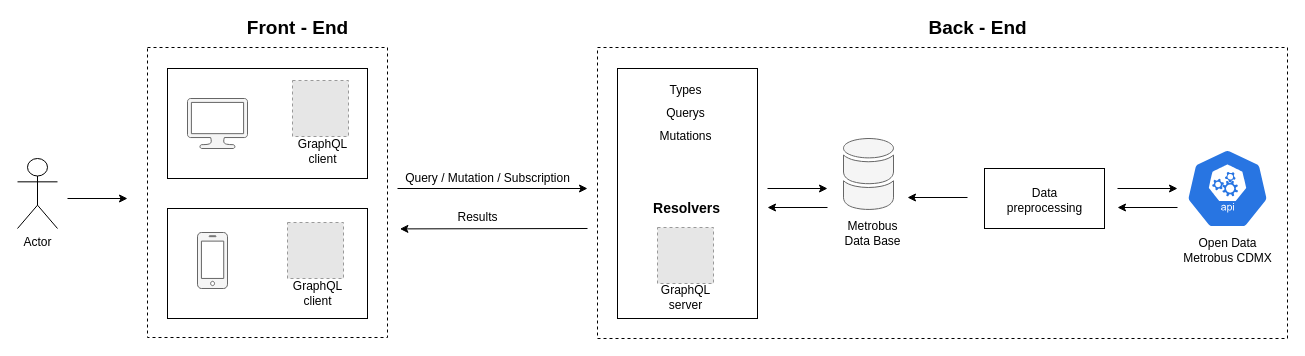
Above: docs/architecture.drawio in TinoSalgado09/MetrobusAPI (draw.io), before the change. Source tidied: cells renumbered, new cells numbered last; positions are measured from the earlier drawing's top-left corner, leaving out a move shared by most shapes. Both pictures are drawn from the tidied source at 100%, with x=0, y=0 at pixel (17, 18). Pictures stored in the file or linked from it are replaced by grey dashed boxes.
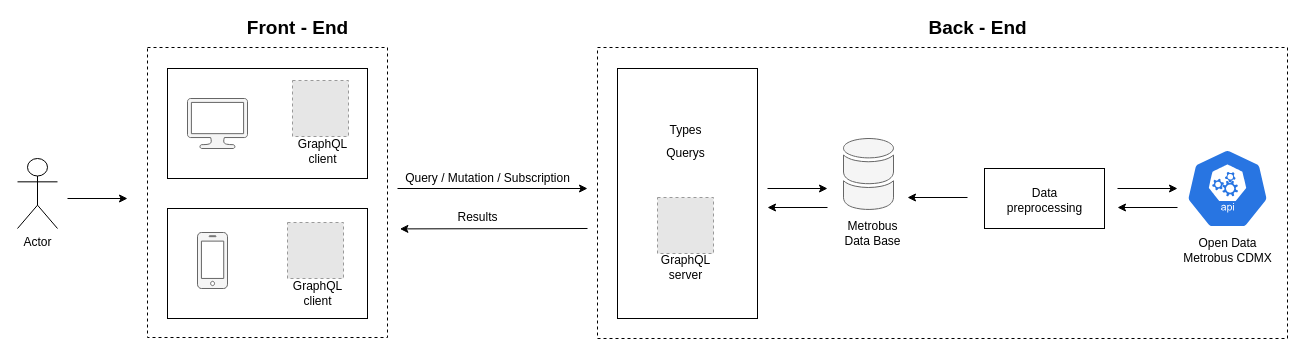
After the change.

The edit, as a diff of the source:
```diff
@@
     <mxCell id="20" style="fillColor=#E6E6E6;strokeColor=#999999;dashed=1;verticalLabelPosition=bottom;labelBackgroundColor=#ffffff;verticalAlign=top;" parent="1" vertex="1">
-      <mxGeometry x="640" y="209" width="56" height="56" as="geometry" />
+      <mxGeometry x="640" y="179" width="56" height="56" as="geometry" />
     </mxCell>
     <mxCell id="21" value="GraphQL&lt;br style=&quot;font-size: 12px&quot;&gt;server" style="text;html=1;align=center;verticalAlign=middle;fillColor=none;strokeColor=none;rounded=0;fontSize=12;" parent="1" vertex="1">
-      <mxGeometry x="633" y="264" width="70" height="30" as="geometry" />
+      <mxGeometry x="633" y="234" width="70" height="30" as="geometry" />
     </mxCell>
@@
     <mxCell id="32" value="Types" style="text;html=1;align=center;verticalAlign=middle;fillColor=none;strokeColor=none;rounded=0;fontSize=12;" parent="1" vertex="1">
-      <mxGeometry x="643" y="62" width="50" height="20" as="geometry" />
+      <mxGeometry x="643" y="102" width="50" height="20" as="geometry" />
     </mxCell>
     <mxCell id="33" value="Querys" style="text;html=1;align=center;verticalAlign=middle;fillColor=none;strokeColor=none;rounded=0;fontSize=12;" parent="1" vertex="1">
-      <mxGeometry x="643" y="85" width="50" height="20" as="geometry" />
+      <mxGeometry x="643" y="125" width="50" height="20" as="geometry" />
     </mxCell>
-    <mxCell id="34" value="Mutations" style="text;html=1;align=center;verticalAlign=middle;fillColor=none;strokeColor=none;rounded=0;fontSize=12;" parent="1" vertex="1">
-      <mxGeometry x="633" y="108" width="70" height="20" as="geometry" />
-    </mxCell>
-    <mxCell id="35" value="Resolvers" style="text;html=1;align=center;verticalAlign=middle;fillColor=none;strokeColor=none;rounded=0;fontSize=14;fontStyle=1;" parent="1" vertex="1">
-      <mxGeometry x="629" y="180" width="80" height="20" as="geometry" />
-    </mxCell>
```
